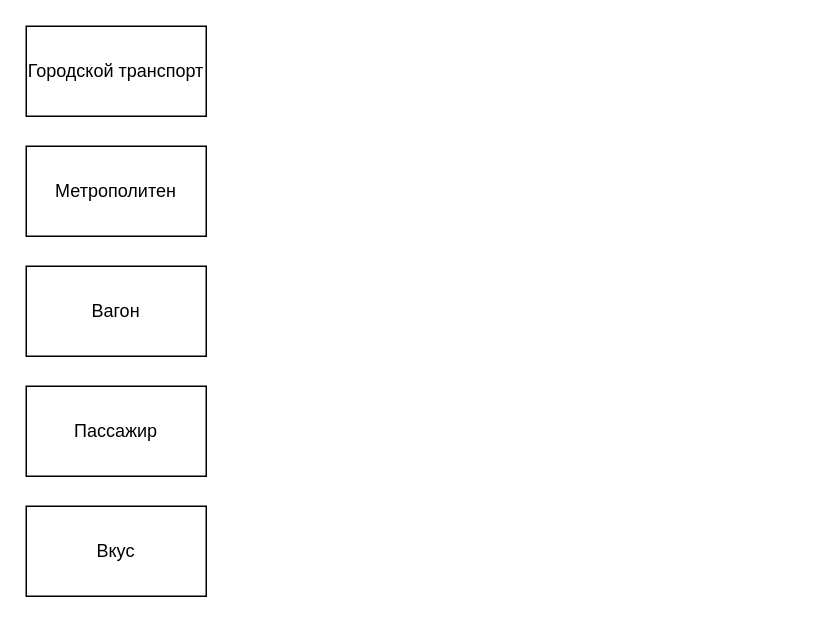
Before: DZ1_1.drawio in DMfananddu/DSM, a draw.io diagram. Source tidied: cells renumbered, new cells numbered last; positions are measured from the earlier drawing's top-left corner, leaving out a move shared by most shapes. Both pictures are drawn from the tidied source at 150%, with x=0, y=0 at pixel (26, 26).
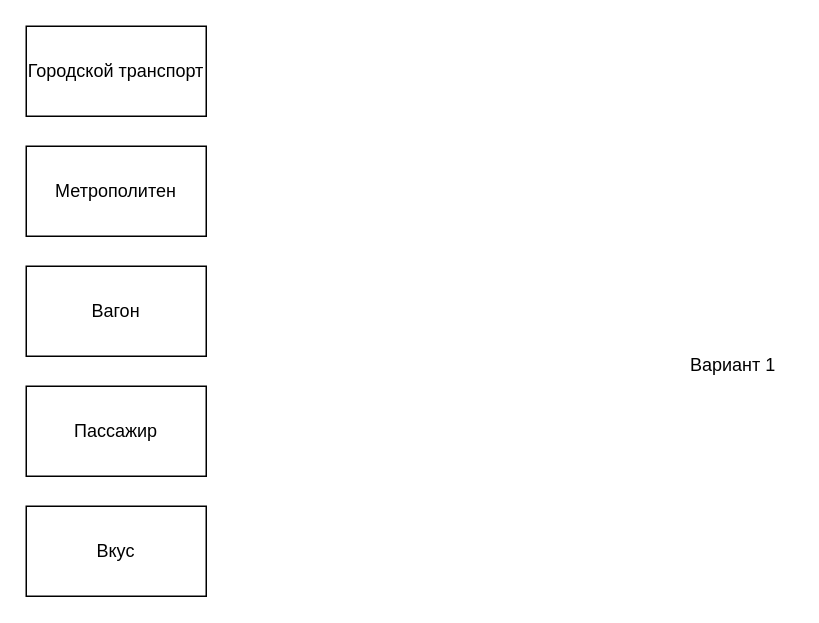
The same diagram, later.

Change to the diagram source:
```diff
@@
 <mxGraphModel>
   <root>
     <mxCell id="0" />
     <mxCell id="1" parent="0" />
     <mxCell id="2" value="Городской транспорт" style="rounded=0;whiteSpace=wrap;html=1;" parent="1" vertex="1">
       <mxGeometry width="120" height="60" as="geometry" />
     </mxCell>
     <mxCell id="3" value="Метрополитен" style="rounded=0;whiteSpace=wrap;html=1;" parent="1" vertex="1">
       <mxGeometry y="80" width="120" height="60" as="geometry" />
     </mxCell>
     <mxCell id="4" value="Вагон" style="rounded=0;whiteSpace=wrap;html=1;" parent="1" vertex="1">
       <mxGeometry y="160" width="120" height="60" as="geometry" />
     </mxCell>
     <mxCell id="5" value="Пассажир" style="rounded=0;whiteSpace=wrap;html=1;" parent="1" vertex="1">
       <mxGeometry y="240" width="120" height="60" as="geometry" />
     </mxCell>
     <mxCell id="6" value="Вкус" style="rounded=0;whiteSpace=wrap;html=1;" parent="1" vertex="1">
       <mxGeometry y="320" width="120" height="60" as="geometry" />
     </mxCell>
+    <mxCell id="7" value="Вариант 1" style="text;html=1;align=left;verticalAlign=top;spacingTop=-4;" parent="1" vertex="1">
+      <mxGeometry x="441" y="216" width="70" height="20" as="geometry" />
+    </mxCell>
   </root>
 </mxGraphModel>
```
